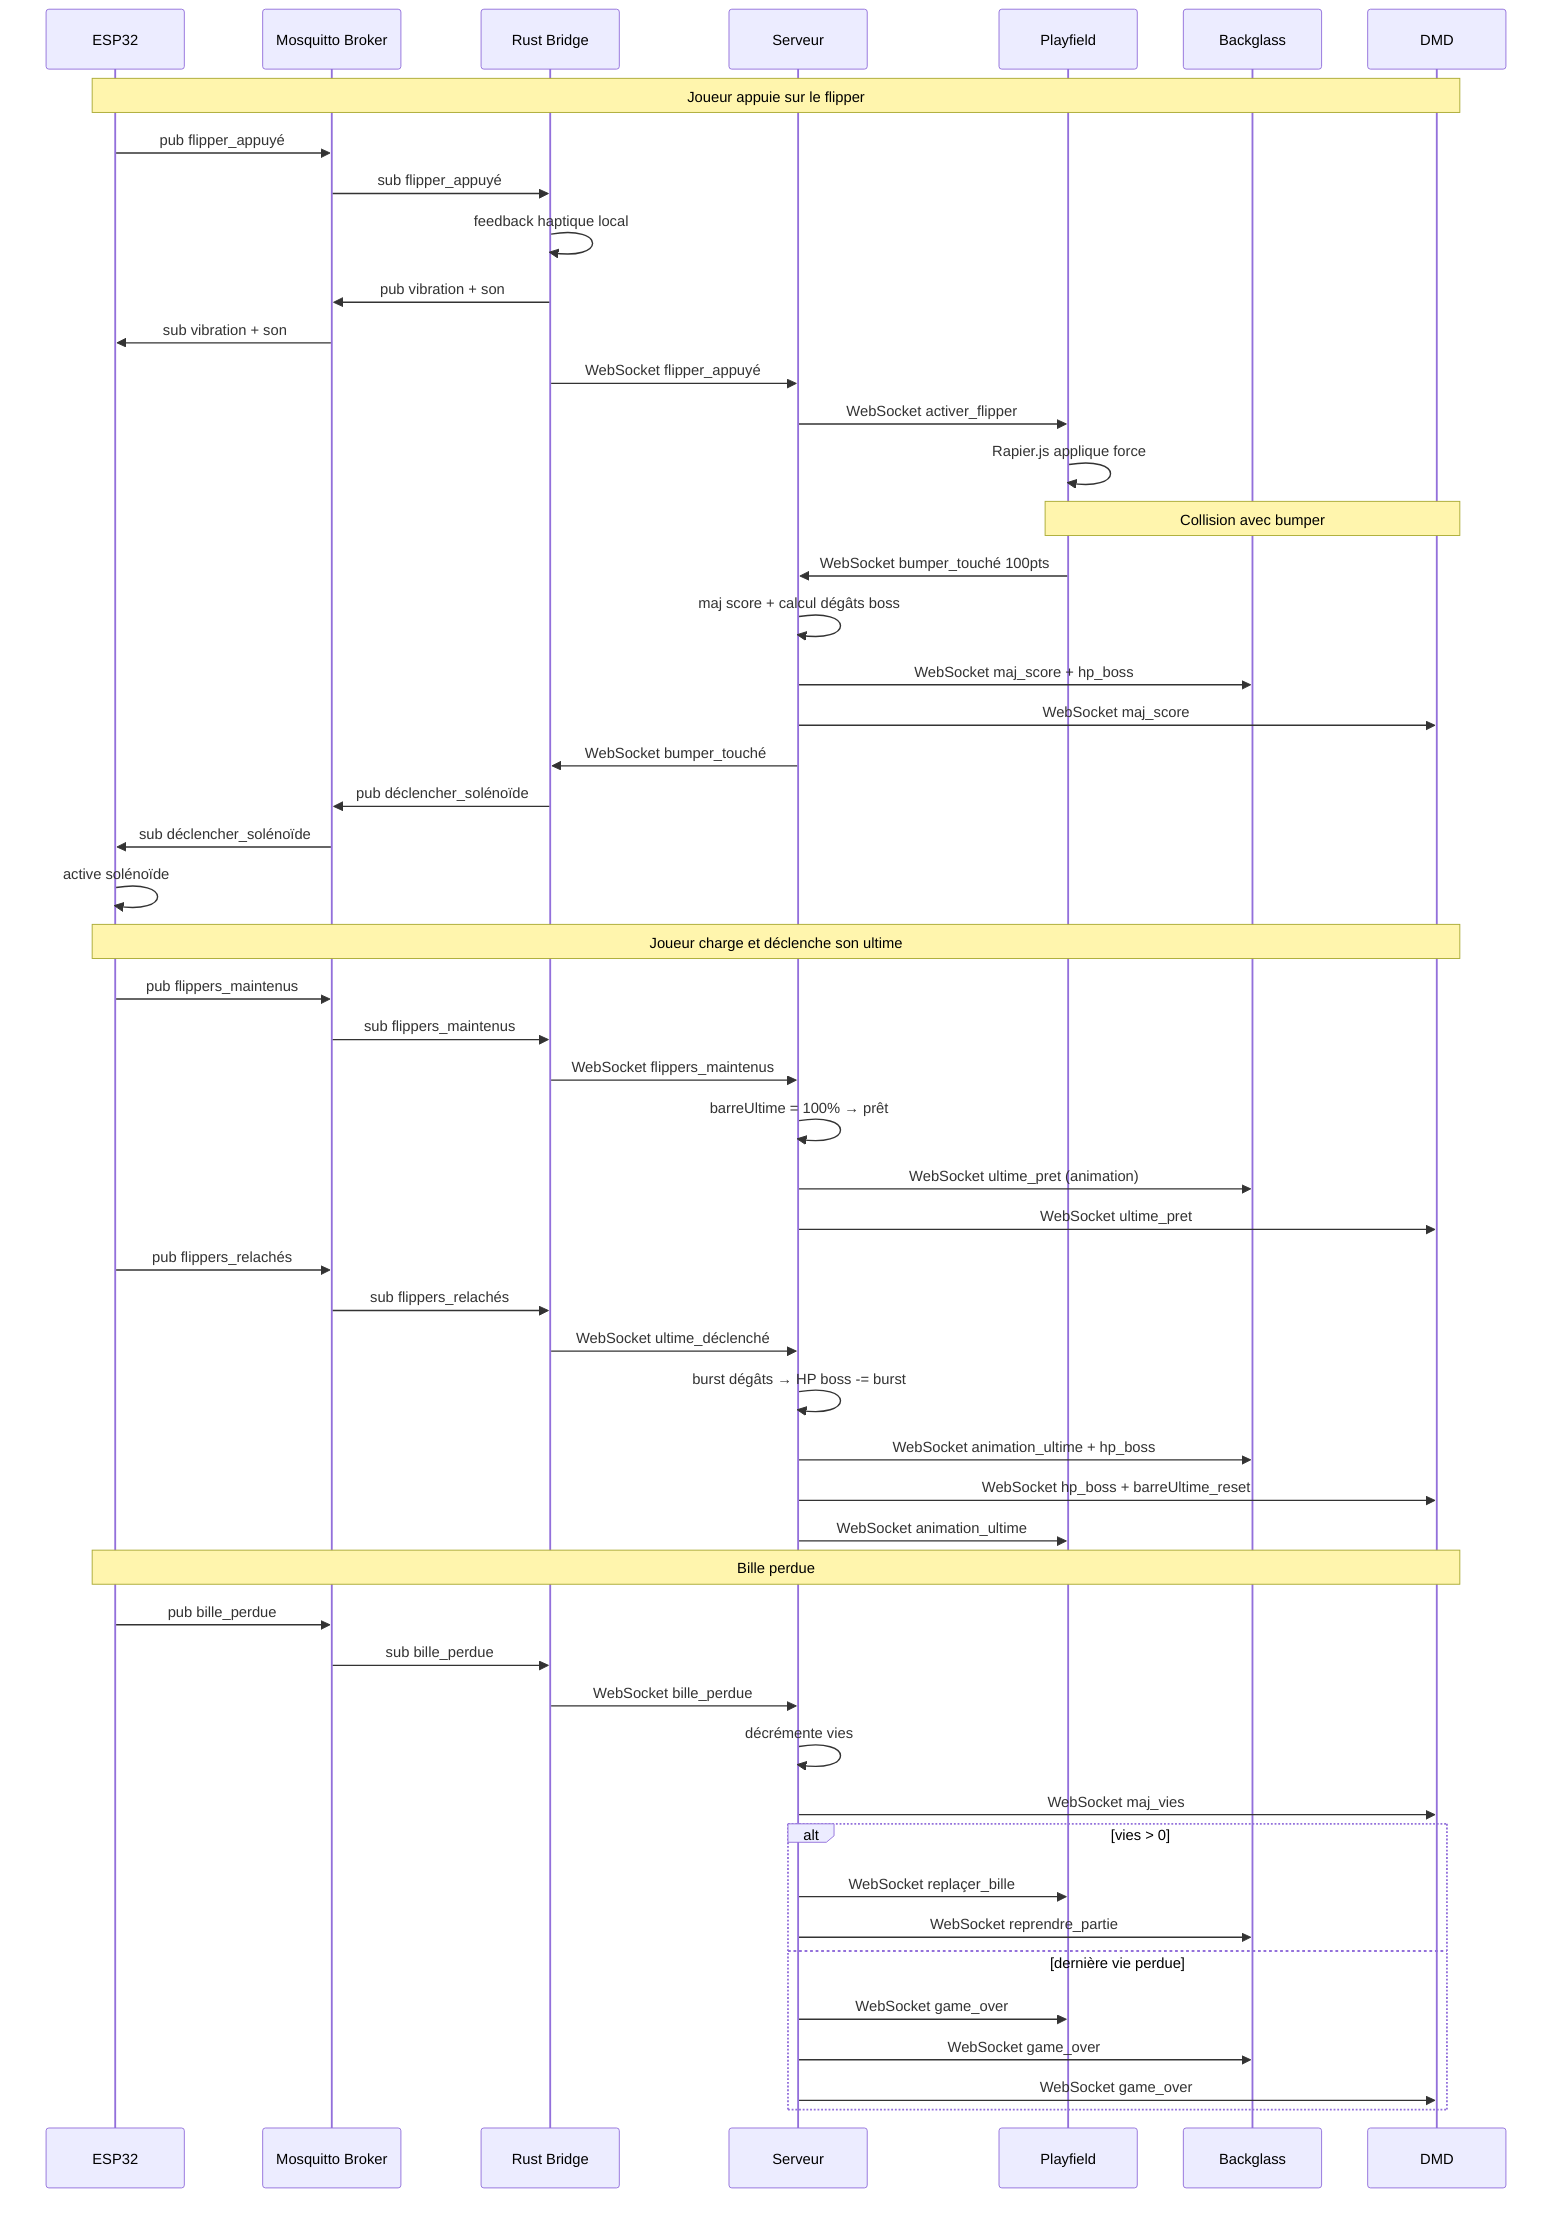
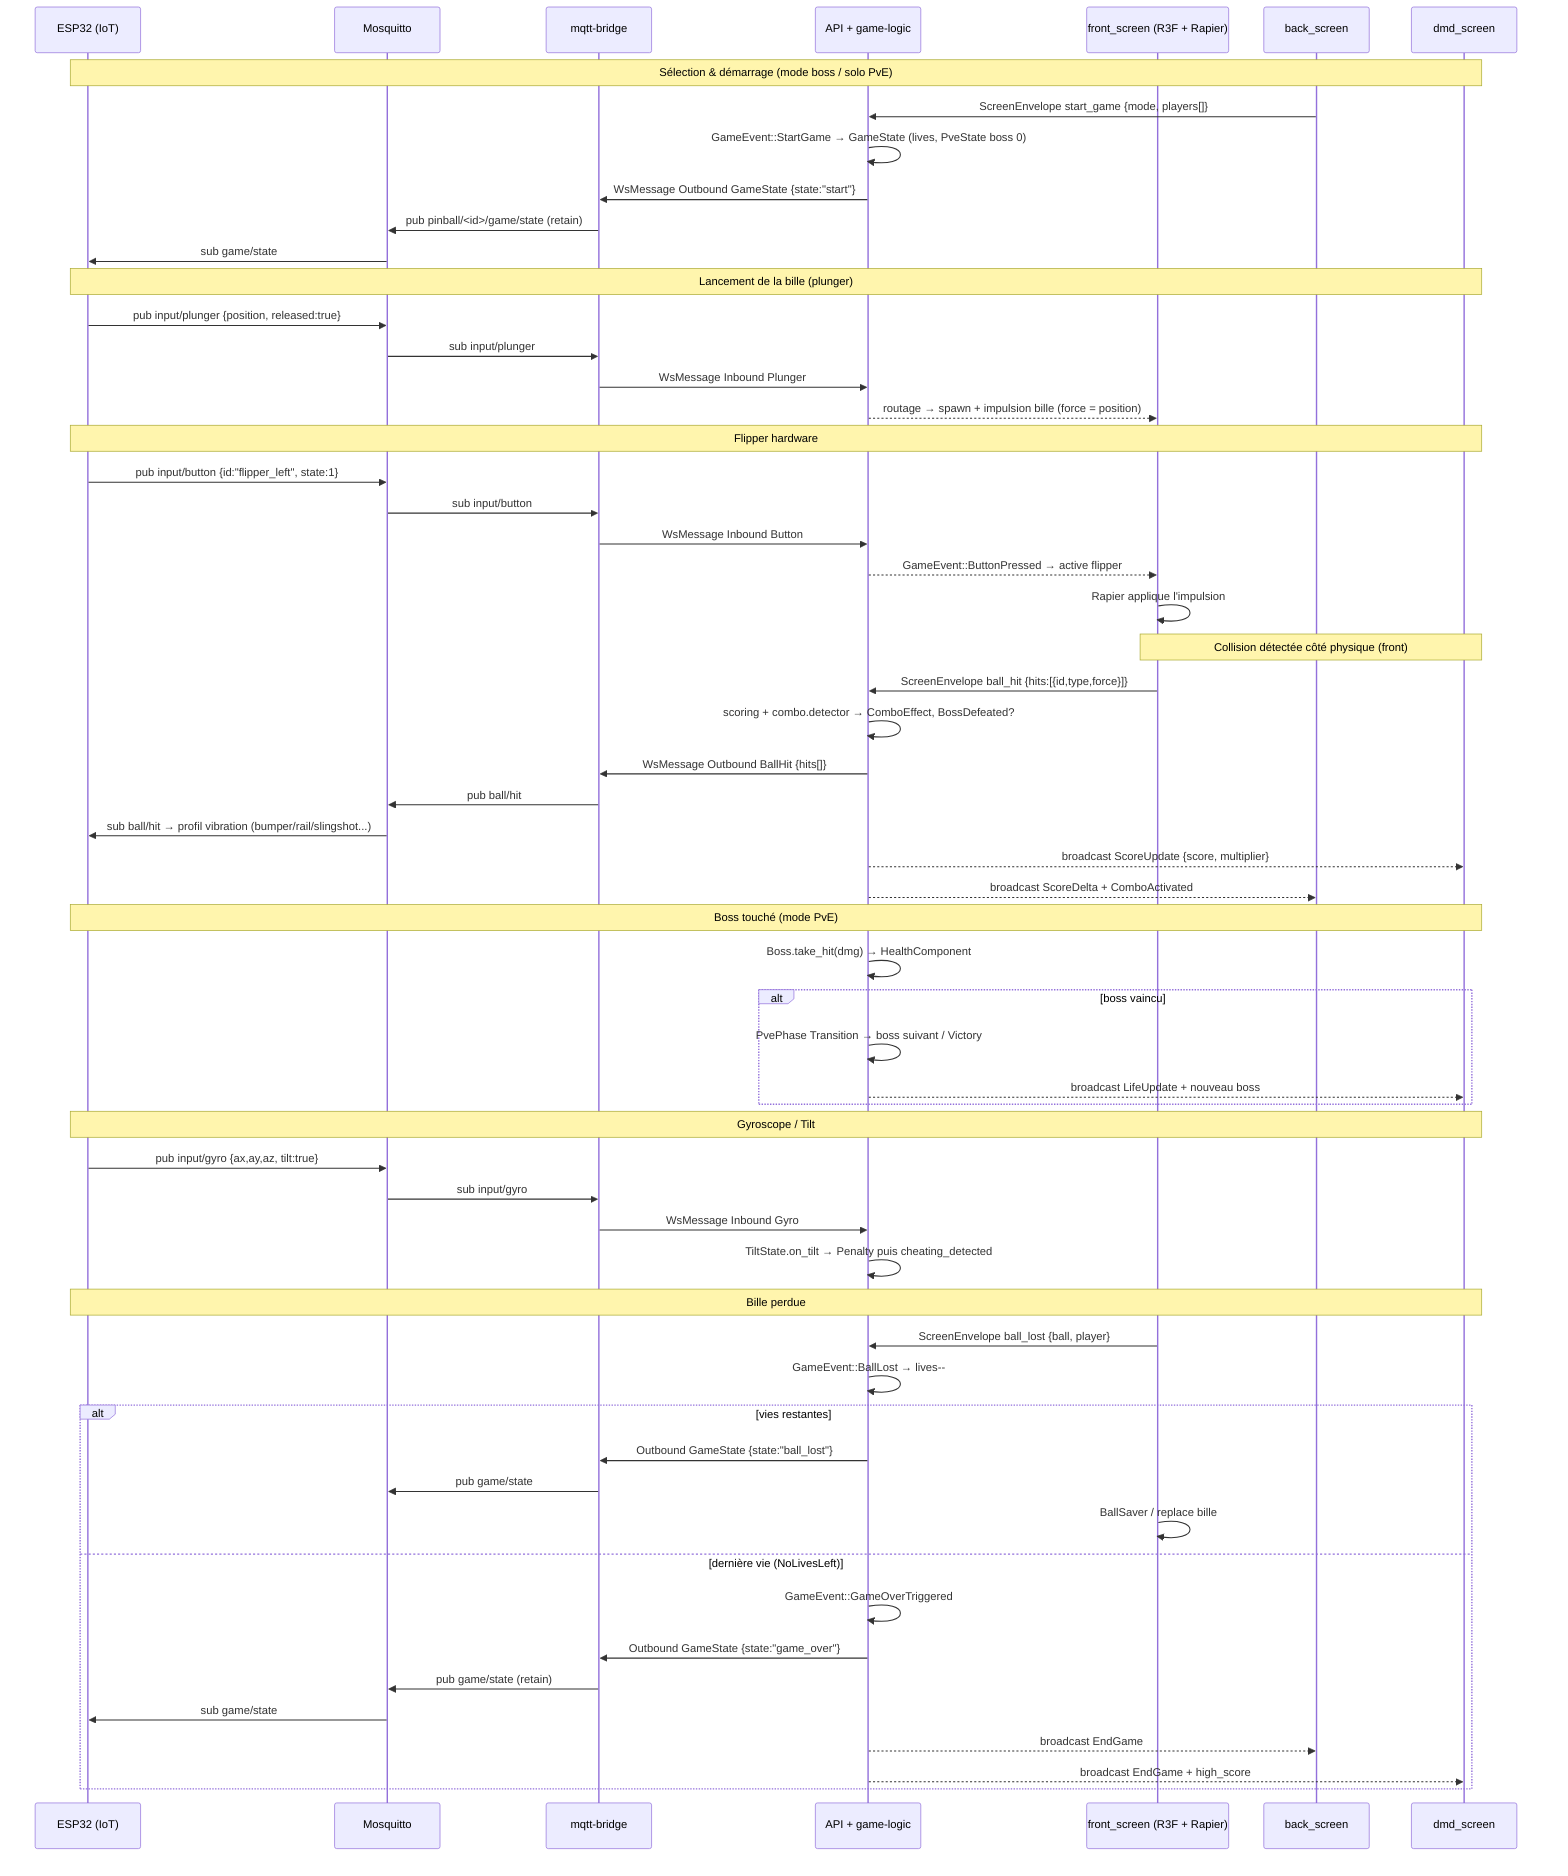
sequenceDiagram
-     participant ESP as ESP32
-     participant MQTT as Mosquitto Broker
-     participant BRIDGE as Rust Bridge
-     participant SRV as Serveur
-     participant PF as Playfield
-     participant BG as Backglass
-     participant DMD as DMD
+     participant ESP as ESP32 (IoT)
+     participant MQTT as Mosquitto
+     participant BR as mqtt-bridge
+     participant API as API + game-logic
+     participant FS as front_screen (R3F + Rapier)
+     participant BS as back_screen
+     participant DMD as dmd_screen

-     Note over ESP,DMD: Joueur appuie sur le flipper
+     Note over ESP,DMD: Sélection & démarrage (mode boss / solo PvE)
+     BS->>API: ScreenEnvelope start_game {mode, players[]}
+     API->>API: GameEvent::StartGame → GameState (lives, PveState boss 0)
+     API->>BR: WsMessage Outbound GameState {state:"start"}
+     BR->>MQTT: pub pinball/<id>/game/state (retain)
+     MQTT->>ESP: sub game/state

-     ESP->>MQTT: pub flipper_appuyé
-     MQTT->>BRIDGE: sub flipper_appuyé
-     BRIDGE->>BRIDGE: feedback haptique local
-     BRIDGE->>MQTT: pub vibration + son
-     MQTT->>ESP: sub vibration + son
-     BRIDGE->>SRV: WebSocket flipper_appuyé
+     Note over ESP,DMD: Lancement de la bille (plunger)
+     ESP->>MQTT: pub input/plunger {position, released:true}
+     MQTT->>BR: sub input/plunger
+     BR->>API: WsMessage Inbound Plunger
+     API-->>FS: routage → spawn + impulsion bille (force = position)

-     SRV->>PF: WebSocket activer_flipper
-     PF->>PF: Rapier.js applique force
+     Note over ESP,DMD: Flipper hardware
+     ESP->>MQTT: pub input/button {id:"flipper_left", state:1}
+     MQTT->>BR: sub input/button
+     BR->>API: WsMessage Inbound Button
+     API-->>FS: GameEvent::ButtonPressed → active flipper
+     FS->>FS: Rapier applique l'impulsion

-     Note over PF,DMD: Collision avec bumper
+     Note over FS,DMD: Collision détectée côté physique (front)
+     FS->>API: ScreenEnvelope ball_hit {hits:[{id,type,force}]}
+     API->>API: scoring + combo.detector → ComboEffect, BossDefeated?
+     API->>BR: WsMessage Outbound BallHit {hits[]}
+     BR->>MQTT: pub ball/hit
+     MQTT->>ESP: sub ball/hit → profil vibration (bumper/rail/slingshot...)
+     API-->>DMD: broadcast ScoreUpdate {score, multiplier}
+     API-->>BS: broadcast ScoreDelta + ComboActivated

-     PF->>SRV: WebSocket bumper_touché 100pts
-     SRV->>SRV: maj score + calcul dégâts boss
-     SRV->>BG: WebSocket maj_score + hp_boss
-     SRV->>DMD: WebSocket maj_score
-     SRV->>BRIDGE: WebSocket bumper_touché
-     BRIDGE->>MQTT: pub déclencher_solénoïde
-     MQTT->>ESP: sub déclencher_solénoïde
-     ESP->>ESP: active solénoïde
+     Note over ESP,DMD: Boss touché (mode PvE)
+     API->>API: Boss.take_hit(dmg) → HealthComponent
+     alt boss vaincu
+         API->>API: PvePhase Transition → boss suivant / Victory
+         API-->>DMD: broadcast LifeUpdate + nouveau boss
+     end

-     Note over ESP,DMD: Joueur charge et déclenche son ultime
- 
-     ESP->>MQTT: pub flippers_maintenus
-     MQTT->>BRIDGE: sub flippers_maintenus
-     BRIDGE->>SRV: WebSocket flippers_maintenus
-     SRV->>SRV: barreUltime = 100% → prêt
-     SRV->>BG: WebSocket ultime_pret (animation)
-     SRV->>DMD: WebSocket ultime_pret
- 
-     ESP->>MQTT: pub flippers_relachés
-     MQTT->>BRIDGE: sub flippers_relachés
-     BRIDGE->>SRV: WebSocket ultime_déclenché
-     SRV->>SRV: burst dégâts → HP boss -= burst
-     SRV->>BG: WebSocket animation_ultime + hp_boss
-     SRV->>DMD: WebSocket hp_boss + barreUltime_reset
-     SRV->>PF: WebSocket animation_ultime
+     Note over ESP,DMD: Gyroscope / Tilt
+     ESP->>MQTT: pub input/gyro {ax,ay,az, tilt:true}
+     MQTT->>BR: sub input/gyro
+     BR->>API: WsMessage Inbound Gyro
+     API->>API: TiltState.on_tilt → Penalty puis cheating_detected

    Note over ESP,DMD: Bille perdue
- 
-     ESP->>MQTT: pub bille_perdue
-     MQTT->>BRIDGE: sub bille_perdue
-     BRIDGE->>SRV: WebSocket bille_perdue
-     SRV->>SRV: décrémente vies
-     SRV->>DMD: WebSocket maj_vies
- 
-     alt vies > 0
-         SRV->>PF: WebSocket replaçer_bille
-         SRV->>BG: WebSocket reprendre_partie
-     else dernière vie perdue
-         SRV->>PF: WebSocket game_over
-         SRV->>BG: WebSocket game_over
-         SRV->>DMD: WebSocket game_over
+     FS->>API: ScreenEnvelope ball_lost {ball, player}
+     API->>API: GameEvent::BallLost → lives--
+     alt vies restantes
+         API->>BR: Outbound GameState {state:"ball_lost"}
+         BR->>MQTT: pub game/state
+         FS->>FS: BallSaver / replace bille
+     else dernière vie (NoLivesLeft)
+         API->>API: GameEvent::GameOverTriggered
+         API->>BR: Outbound GameState {state:"game_over"}
+         BR->>MQTT: pub game/state (retain)
+         MQTT->>ESP: sub game/state
+         API-->>BS: broadcast EndGame
+         API-->>DMD: broadcast EndGame + high_score
    end

- %%  Alexis Gontier - v1.1.0 - 23/02/26
+ %% Alexis Gontier — v2.0 — 24/06/26
